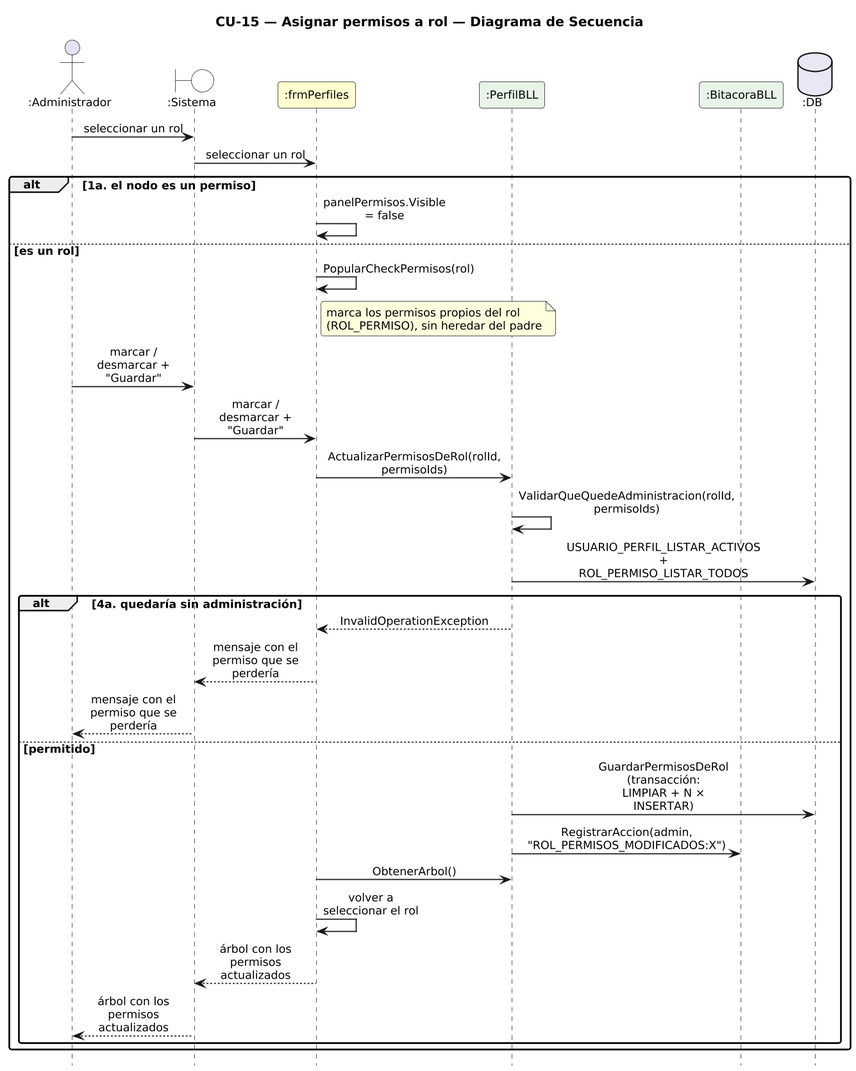
Before: DIAGRAMAS/DiagramaSecuencia_CU15_AsignarPermisosRol.png, a diagram exported from PlantUML (Urrels/ingenieria_software).
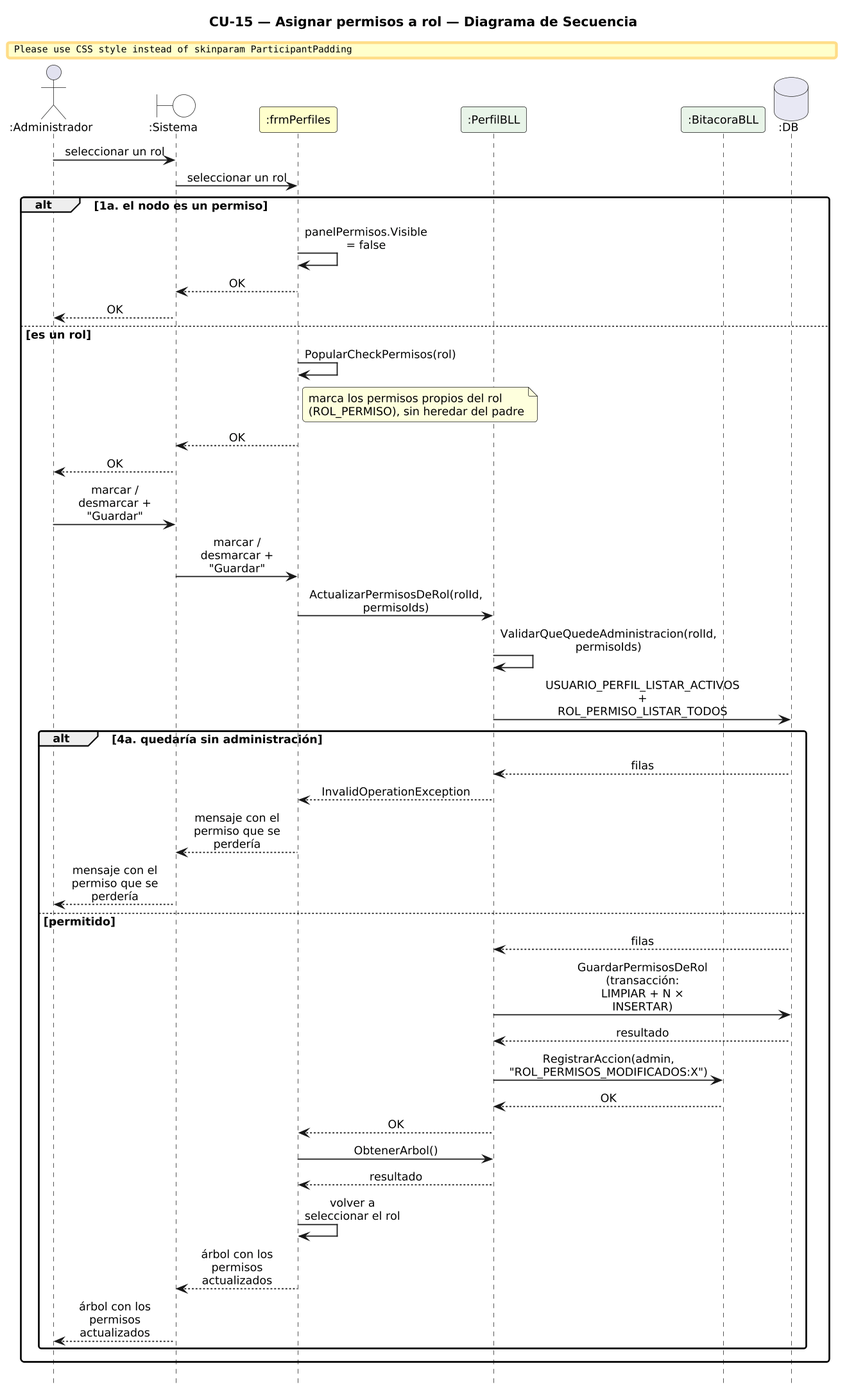
After the commit.

Diff of the diagram source:
```diff
@@ -24,22 +24,32 @@
 SYS -> F : seleccionar un rol
 alt 1a. el nodo es un permiso
   F -> F : panelPermisos.Visible = false
+  F --> SYS : OK
+  SYS --> A : OK
 else es un rol
   F -> F : PopularCheckPermisos(rol)
   note right of F : marca los permisos propios del rol\n(ROL_PERMISO), sin heredar del padre
+  F --> SYS : OK
+  SYS --> A : OK
   A -> SYS : marcar / desmarcar + "Guardar"
   SYS -> F : marcar / desmarcar + "Guardar"
   F -> PB : ActualizarPermisosDeRol(rolId, permisoIds)
   PB -> PB : ValidarQueQuedeAdministracion(rolId, permisoIds)
   PB -> DB : USUARIO_PERFIL_LISTAR_ACTIVOS\n+ ROL_PERMISO_LISTAR_TODOS
   alt 4a. quedaría sin administración
+    DB --> PB : filas
     PB --> F : InvalidOperationException
     F --> SYS : mensaje con el permiso que se perdería
     SYS --> A : mensaje con el permiso que se perdería
   else permitido
+    DB --> PB : filas
     PB -> DB : GuardarPermisosDeRol (transacción:\nLIMPIAR + N × INSERTAR)
+    DB --> PB : resultado
     PB -> BB : RegistrarAccion(admin, "ROL_PERMISOS_MODIFICADOS:X")
+    BB --> PB : OK
+    PB --> F : OK
     F -> PB : ObtenerArbol()
+    PB --> F : resultado
     F -> F : volver a seleccionar el rol
     F --> SYS : árbol con los permisos actualizados
     SYS --> A : árbol con los permisos actualizados
```
